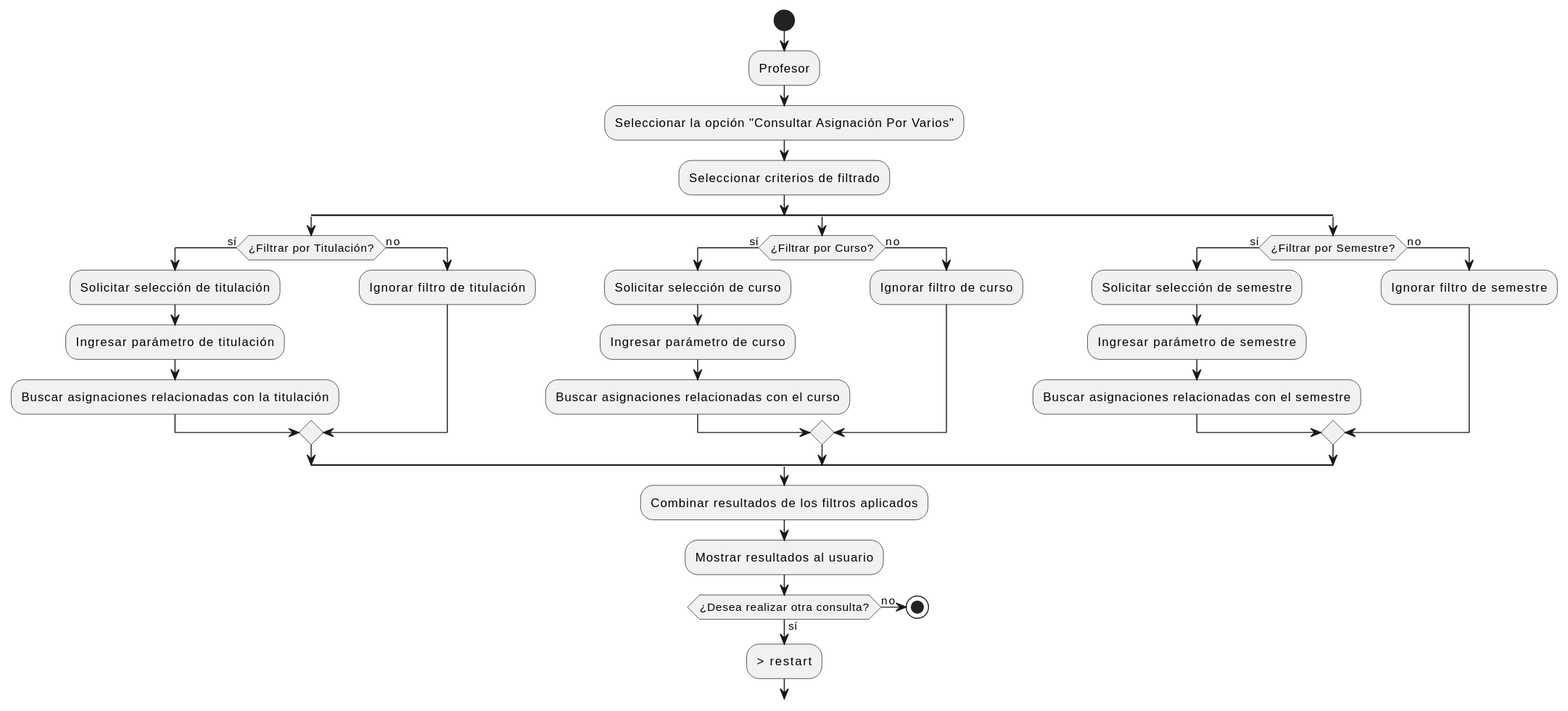
The PlantUML diagram images/modelosUML/CdU/DetallarCasosDeUso/Profesores/ConsultarAsignacionVarios.svg in mmasias/24-25-IdSw1-SDR, before a commit. The source it was exported from:
```plantuml
@startuml
start
:Profesor;
:Seleccionar la opción "Consultar Asignación Por Varios";

:Seleccionar criterios de filtrado;

split
  if (¿Filtrar por Titulación?) then (sí)
    :Solicitar selección de titulación;
    :Ingresar parámetro de titulación;
    :Buscar asignaciones relacionadas con la titulación;
  else (no)
    :Ignorar filtro de titulación;
  endif
split again
  if (¿Filtrar por Curso?) then (sí)
    :Solicitar selección de curso;
    :Ingresar parámetro de curso;
    :Buscar asignaciones relacionadas con el curso;
  else (no)
    :Ignorar filtro de curso;
  endif
split again
  if (¿Filtrar por Semestre?) then (sí)
    :Solicitar selección de semestre;
    :Ingresar parámetro de semestre;
    :Buscar asignaciones relacionadas con el semestre;
  else (no)
    :Ignorar filtro de semestre;
  endif
endsplit

:Combinar resultados de los filtros aplicados;
:Mostrar resultados al usuario;

if (¿Desea realizar otra consulta?) then (sí)
  -> restart
else (no)
  stop
endif
@enduml
```
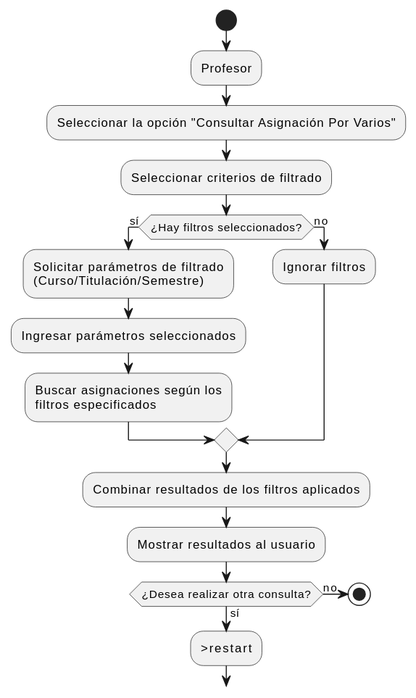
After the commit.

What changed in the source:
```diff
@@ -2,40 +2,21 @@
 start
 :Profesor;
 :Seleccionar la opción "Consultar Asignación Por Varios";
-
 :Seleccionar criterios de filtrado;
 
-split
-  if (¿Filtrar por Titulación?) then (sí)
-    :Solicitar selección de titulación;
-    :Ingresar parámetro de titulación;
-    :Buscar asignaciones relacionadas con la titulación;
-  else (no)
-    :Ignorar filtro de titulación;
-  endif
-split again
-  if (¿Filtrar por Curso?) then (sí)
-    :Solicitar selección de curso;
-    :Ingresar parámetro de curso;
-    :Buscar asignaciones relacionadas con el curso;
-  else (no)
-    :Ignorar filtro de curso;
-  endif
-split again
-  if (¿Filtrar por Semestre?) then (sí)
-    :Solicitar selección de semestre;
-    :Ingresar parámetro de semestre;
-    :Buscar asignaciones relacionadas con el semestre;
-  else (no)
-    :Ignorar filtro de semestre;
-  endif
-endsplit
+if (¿Hay filtros seleccionados?) then (sí)
+  :Solicitar parámetros de filtrado\n(Curso/Titulación/Semestre);
+  :Ingresar parámetros seleccionados;
+  :Buscar asignaciones según los\nfiltros especificados;
+else (no)
+  :Ignorar filtros;
+endif
 
 :Combinar resultados de los filtros aplicados;
 :Mostrar resultados al usuario;
 
 if (¿Desea realizar otra consulta?) then (sí)
-  -> restart
+  ->restart
 else (no)
   stop
 endif
```
